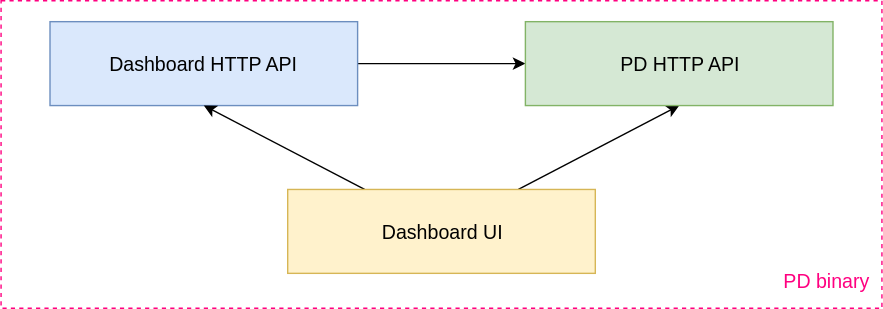
The draw.io diagram etc/arch_pd_integration.svg in pingcap/tidb-dashboard, before a commit. Source tidied: cells renumbered, new cells last; positions are measured from the earlier drawing's top-left corner, leaving out a move shared by most shapes.
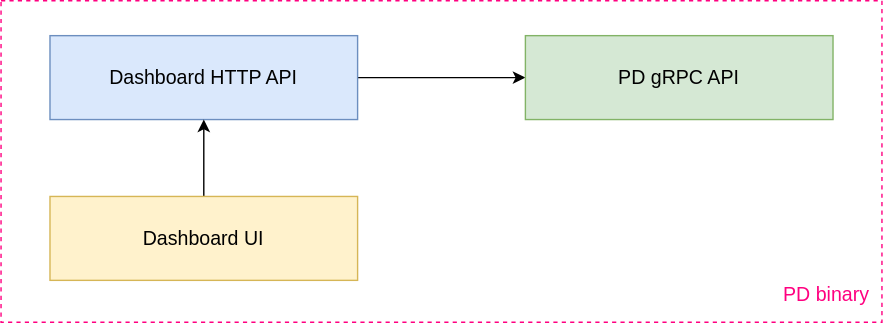
Later version of the same file.

Diff of the diagram source:
```diff
@@ -3,7 +3,7 @@
     <mxCell id="0" />
     <mxCell id="1" parent="0" />
     <mxCell id="2" style="rounded=0;whiteSpace=wrap;html=1;fillColor=none;fontSize=14;dashed=1;strokeColor=#FF0080;" parent="1" vertex="1">
-      <mxGeometry width="630" height="220" as="geometry" />
+      <mxGeometry y="-10" width="630" height="230" as="geometry" />
     </mxCell>
     <mxCell id="3" style="edgeStyle=orthogonalEdgeStyle;rounded=0;jettySize=auto;html=1;entryX=0;entryY=0.5;entryDx=0;entryDy=0;fontSize=14;" parent="1" edge="1" source="4" target="8">
       <mxGeometry relative="1" as="geometry" />
@@ -11,16 +11,13 @@
     <mxCell id="4" value="Dashboard HTTP API" style="rounded=0;whiteSpace=wrap;html=1;fontSize=14;fillColor=#dae8fc;strokeColor=#6c8ebf;" parent="1" vertex="1">
       <mxGeometry x="35" y="15" width="220" height="60" as="geometry" />
     </mxCell>
-    <mxCell id="5" style="rounded=0;jettySize=auto;html=1;exitX=0.25;exitY=0;exitDx=0;exitDy=0;entryX=0.5;entryY=1;entryDx=0;entryDy=0;fontSize=14;" parent="1" edge="1" source="7" target="4">
+    <mxCell id="5" style="rounded=0;jettySize=auto;html=1;exitX=0.5;exitY=0;exitDx=0;exitDy=0;entryX=0.5;entryY=1;entryDx=0;entryDy=0;fontSize=14;" parent="1" edge="1" source="7" target="4">
       <mxGeometry relative="1" as="geometry" />
     </mxCell>
-    <mxCell id="6" style="rounded=0;jettySize=auto;html=1;exitX=0.75;exitY=0;exitDx=0;exitDy=0;entryX=0.5;entryY=1;entryDx=0;entryDy=0;fontSize=14;" parent="1" edge="1" source="7" target="8">
-      <mxGeometry relative="1" as="geometry" />
-    </mxCell>
     <mxCell id="7" value="Dashboard UI" style="rounded=0;whiteSpace=wrap;html=1;fontSize=14;fillColor=#fff2cc;strokeColor=#d6b656;" parent="1" vertex="1">
-      <mxGeometry x="205" y="135" width="220" height="60" as="geometry" />
+      <mxGeometry x="35" y="130" width="220" height="60" as="geometry" />
     </mxCell>
-    <mxCell id="8" value="PD HTTP API" style="rounded=0;whiteSpace=wrap;html=1;fontSize=14;fillColor=#d5e8d4;strokeColor=#82b366;" parent="1" vertex="1">
+    <mxCell id="8" value="PD gRPC API" style="rounded=0;whiteSpace=wrap;html=1;fontSize=14;fillColor=#d5e8d4;strokeColor=#82b366;" parent="1" vertex="1">
       <mxGeometry x="375" y="15" width="220" height="60" as="geometry" />
     </mxCell>
     <mxCell id="9" value="PD binary" style="text;html=1;align=center;verticalAlign=middle;fontSize=14;fontColor=#FF0080;" parent="1" vertex="1">
```
